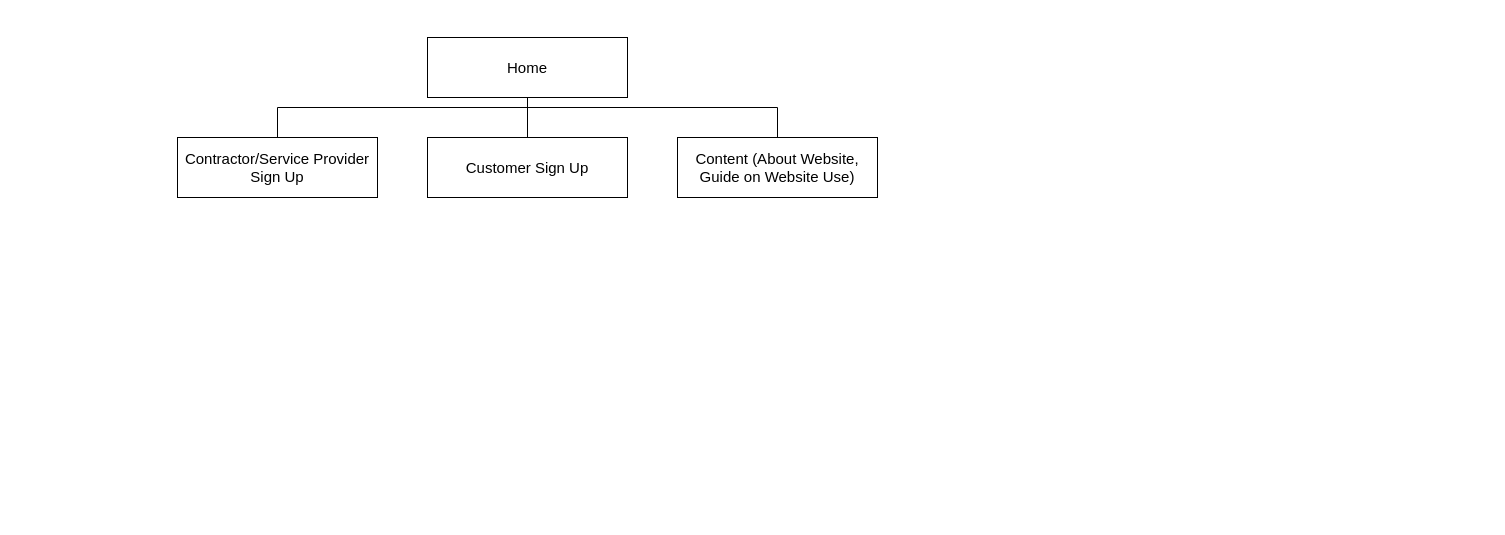
Above: WDT Navigational Structure.drawio in JussSelenite/JussSelenite (draw.io), before the change. Source tidied: cells renumbered, new cells numbered last; positions are measured from the earlier drawing's top-left corner, leaving out a move shared by most shapes. Both pictures are drawn from the tidied source at 100%, with x=0, y=0 at pixel (177, 37).
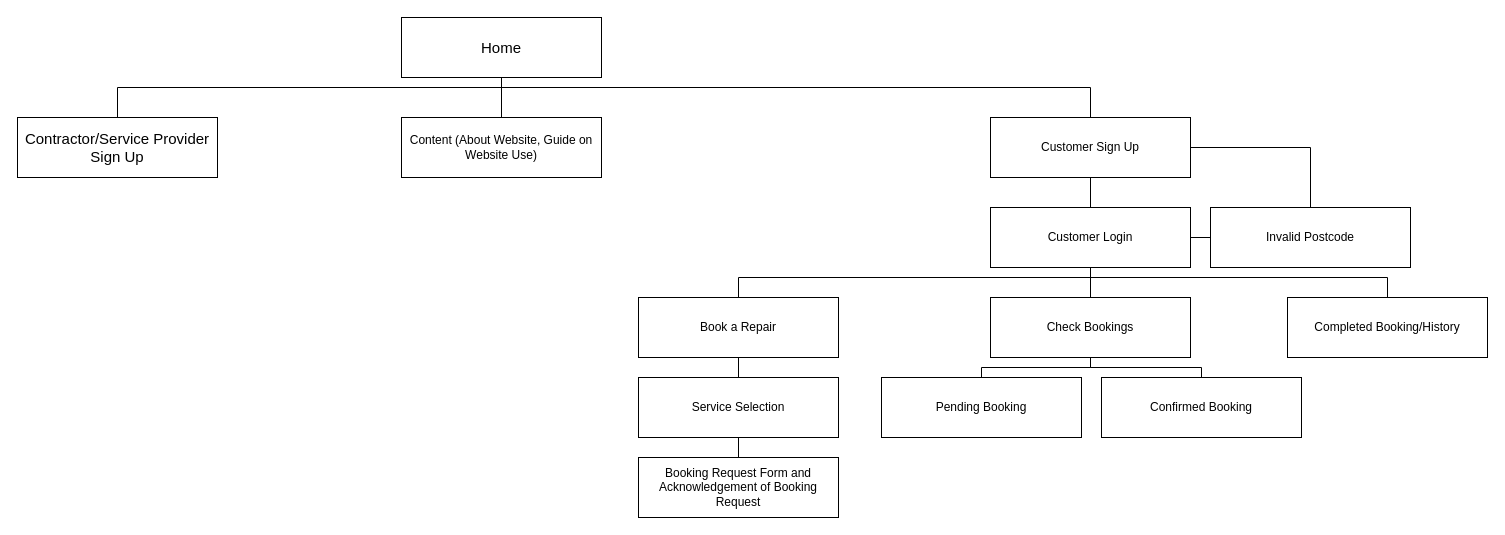
After the change.

What changed in the source:
```diff
@@
     <mxCell id="2" value="&lt;font style=&quot;font-size: 15px;&quot;&gt;Home&lt;/font&gt;" style="rounded=0;whiteSpace=wrap;html=1;" parent="1" vertex="1">
-      <mxGeometry x="250" width="200" height="60" as="geometry" />
+      <mxGeometry x="224" y="-20" width="200" height="60" as="geometry" />
     </mxCell>
     <mxCell id="3" value="&lt;font style=&quot;font-size: 15px;&quot;&gt;Contractor/Service Provider Sign Up&lt;/font&gt;" style="rounded=0;whiteSpace=wrap;html=1;" parent="1" vertex="1">
-      <mxGeometry y="100" width="200" height="60" as="geometry" />
+      <mxGeometry x="-160" y="80" width="200" height="60" as="geometry" />
     </mxCell>
-    <mxCell id="4" value="&lt;font style=&quot;font-size: 15px;&quot;&gt;Customer Sign Up&lt;/font&gt;" style="rounded=0;whiteSpace=wrap;html=1;" parent="1" vertex="1">
-      <mxGeometry x="250" y="100" width="200" height="60" as="geometry" />
+    <mxCell id="4" value="Content (About Website, Guide on Website Use)" style="rounded=0;whiteSpace=wrap;html=1;" parent="1" vertex="1">
+      <mxGeometry x="224" y="80" width="200" height="60" as="geometry" />
     </mxCell>
-    <mxCell id="5" value="&lt;font style=&quot;font-size: 15px;&quot;&gt;Content (About Website, Guide on Website Use)&lt;/font&gt;" style="rounded=0;whiteSpace=wrap;html=1;" parent="1" vertex="1">
-      <mxGeometry x="500" y="100" width="200" height="60" as="geometry" />
+    <mxCell id="5" value="Customer Sign Up" style="rounded=0;whiteSpace=wrap;html=1;" parent="1" vertex="1">
+      <mxGeometry x="813" y="80" width="200" height="60" as="geometry" />
     </mxCell>
     <mxCell id="6" style="endArrow=none;html=1;rounded=0;entryX=0.5;entryY=1;entryDx=0;entryDy=0;exitX=0.5;exitY=0;exitDx=0;exitDy=0;" parent="1" edge="1" source="3" target="2">
       <mxGeometry relative="1" as="geometry">
         <Array as="points">
-          <mxPoint x="100" y="70" />
-          <mxPoint x="350" y="70" />
+          <mxPoint x="-60" y="50" />
+          <mxPoint x="324" y="50" />
         </Array>
       </mxGeometry>
     </mxCell>
@@
     <mxCell id="8" style="endArrow=none;html=1;rounded=0;entryX=0.5;entryY=1;entryDx=0;entryDy=0;exitX=0.5;exitY=0;exitDx=0;exitDy=0;" parent="1" edge="1" source="5" target="2">
       <mxGeometry relative="1" as="geometry">
         <Array as="points">
-          <mxPoint x="600" y="70" />
-          <mxPoint x="350" y="70" />
+          <mxPoint x="913" y="50" />
+          <mxPoint x="324" y="50" />
         </Array>
       </mxGeometry>
     </mxCell>
+    <mxCell id="9" value="Invalid Postcode" style="rounded=0;whiteSpace=wrap;html=1;" parent="1" vertex="1">
+      <mxGeometry x="1033" y="170" width="200" height="60" as="geometry" />
+    </mxCell>
+    <mxCell id="10" value="Customer Login" style="rounded=0;whiteSpace=wrap;html=1;" parent="1" vertex="1">
+      <mxGeometry x="813" y="170" width="200" height="60" as="geometry" />
+    </mxCell>
+    <mxCell id="11" style="endArrow=none;html=1;rounded=0;entryX=0.5;entryY=0;entryDx=0;entryDy=0;exitX=0.5;exitY=1;exitDx=0;exitDy=0;" parent="1" edge="1" source="5" target="10">
+      <mxGeometry relative="1" as="geometry" />
+    </mxCell>
+    <mxCell id="12" style="endArrow=none;html=1;rounded=0;entryX=0;entryY=0.5;entryDx=0;entryDy=0;exitX=1;exitY=0.5;exitDx=0;exitDy=0;" parent="1" edge="1" source="10" target="9">
+      <mxGeometry relative="1" as="geometry" />
+    </mxCell>
+    <mxCell id="13" style="endArrow=none;html=1;rounded=0;entryX=1;entryY=0.5;entryDx=0;entryDy=0;exitX=0.5;exitY=0;exitDx=0;exitDy=0;" parent="1" edge="1" source="9" target="5">
+      <mxGeometry relative="1" as="geometry">
+        <Array as="points">
+          <mxPoint x="1133" y="110" />
+        </Array>
+      </mxGeometry>
+    </mxCell>
+    <mxCell id="14" value="Check Bookings" style="rounded=0;whiteSpace=wrap;html=1;" parent="1" vertex="1">
+      <mxGeometry x="813" y="260" width="200" height="60" as="geometry" />
+    </mxCell>
+    <mxCell id="15" value="Book a Repair" style="rounded=0;whiteSpace=wrap;html=1;" parent="1" vertex="1">
+      <mxGeometry x="461" y="260" width="200" height="60" as="geometry" />
+    </mxCell>
+    <mxCell id="16" value="Completed Booking/History" style="rounded=0;whiteSpace=wrap;html=1;" parent="1" vertex="1">
+      <mxGeometry x="1110" y="260" width="200" height="60" as="geometry" />
+    </mxCell>
+    <mxCell id="17" style="endArrow=none;html=1;rounded=0;entryX=0.5;entryY=1;entryDx=0;entryDy=0;exitX=0.5;exitY=0;exitDx=0;exitDy=0;" parent="1" edge="1" source="14" target="10">
+      <mxGeometry relative="1" as="geometry" />
+    </mxCell>
+    <mxCell id="18" style="endArrow=none;html=1;rounded=0;entryX=0.5;entryY=1;entryDx=0;entryDy=0;exitX=0.5;exitY=0;exitDx=0;exitDy=0;" parent="1" edge="1" source="15" target="10">
+      <mxGeometry relative="1" as="geometry">
+        <Array as="points">
+          <mxPoint x="561" y="240" />
+          <mxPoint x="913" y="240" />
+        </Array>
+      </mxGeometry>
+    </mxCell>
+    <mxCell id="19" style="endArrow=none;html=1;rounded=0;entryX=0.5;entryY=1;entryDx=0;entryDy=0;exitX=0.5;exitY=0;exitDx=0;exitDy=0;" parent="1" edge="1" source="16" target="10">
+      <mxGeometry relative="1" as="geometry">
+        <Array as="points">
+          <mxPoint x="1210" y="240" />
+          <mxPoint x="913" y="240" />
+        </Array>
+      </mxGeometry>
+    </mxCell>
+    <mxCell id="20" value="Service Selection" style="rounded=0;whiteSpace=wrap;html=1;" parent="1" vertex="1">
+      <mxGeometry x="461" y="340" width="200" height="60" as="geometry" />
+    </mxCell>
+    <mxCell id="21" style="endArrow=none;html=1;rounded=0;entryX=0.5;entryY=1;entryDx=0;entryDy=0;exitX=0.5;exitY=0;exitDx=0;exitDy=0;" parent="1" edge="1" source="20" target="15">
+      <mxGeometry relative="1" as="geometry" />
+    </mxCell>
+    <mxCell id="22" value="Booking Request Form and Acknowledgement of Booking Request" style="rounded=0;whiteSpace=wrap;html=1;" parent="1" vertex="1">
+      <mxGeometry x="461" y="420" width="200" height="60" as="geometry" />
+    </mxCell>
+    <mxCell id="23" style="endArrow=none;html=1;rounded=0;entryX=0.5;entryY=1;entryDx=0;entryDy=0;exitX=0.5;exitY=0;exitDx=0;exitDy=0;" parent="1" edge="1" source="22" target="20">
+      <mxGeometry relative="1" as="geometry" />
+    </mxCell>
+    <mxCell id="24" value="Pending Booking" style="rounded=0;whiteSpace=wrap;html=1;" parent="1" vertex="1">
+      <mxGeometry x="704" y="340" width="200" height="60" as="geometry" />
+    </mxCell>
+    <mxCell id="25" value="Confirmed Booking" style="rounded=0;whiteSpace=wrap;html=1;" parent="1" vertex="1">
+      <mxGeometry x="924" y="340" width="200" height="60" as="geometry" />
+    </mxCell>
+    <mxCell id="26" style="endArrow=none;html=1;rounded=0;entryX=0.5;entryY=1;entryDx=0;entryDy=0;exitX=0.5;exitY=0;exitDx=0;exitDy=0;" parent="1" edge="1" source="24">
+      <mxGeometry relative="1" as="geometry">
+        <mxPoint x="913" y="320" as="targetPoint" />
+        <Array as="points">
+          <mxPoint x="804" y="330" />
+          <mxPoint x="913" y="330" />
+        </Array>
+      </mxGeometry>
+    </mxCell>
+    <mxCell id="27" style="endArrow=none;html=1;rounded=0;entryX=0.5;entryY=1;entryDx=0;entryDy=0;exitX=0.5;exitY=0;exitDx=0;exitDy=0;" parent="1" edge="1" source="25" target="14">
+      <mxGeometry relative="1" as="geometry">
+        <Array as="points">
+          <mxPoint x="1024" y="330" />
+          <mxPoint x="913" y="330" />
+        </Array>
+      </mxGeometry>
+    </mxCell>
```
